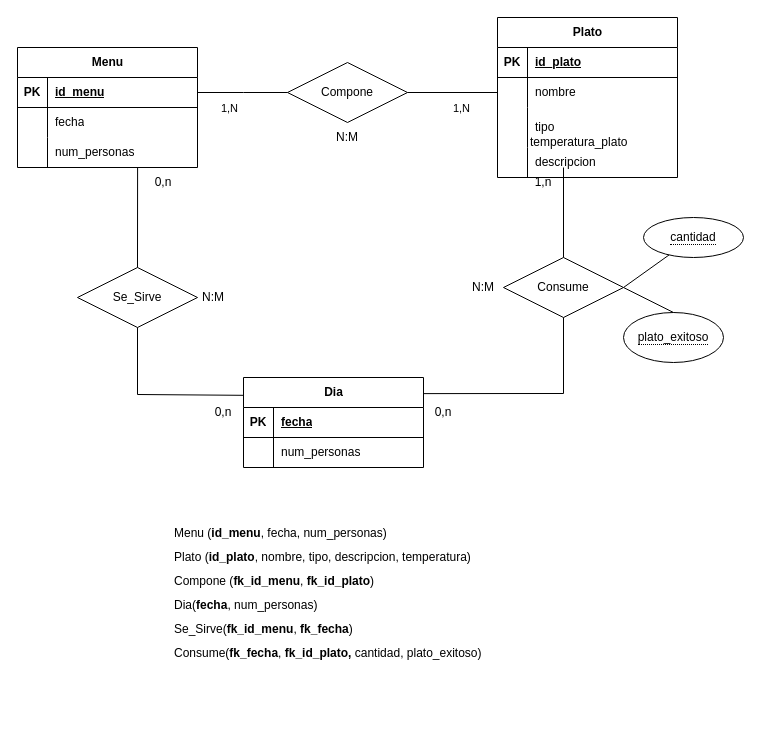
The draw.io diagram Ejercicio15.drawio in Daninuro/diagrames-cvf-dn-mpl-n-11102023, before the edit. Source tidied: cells renumbered, new cells numbered last; positions are measured from the earlier drawing's top-left corner, leaving out a move shared by most shapes. Both pictures are drawn from the tidied source at 100%, with x=0, y=0 at pixel (17, 17).
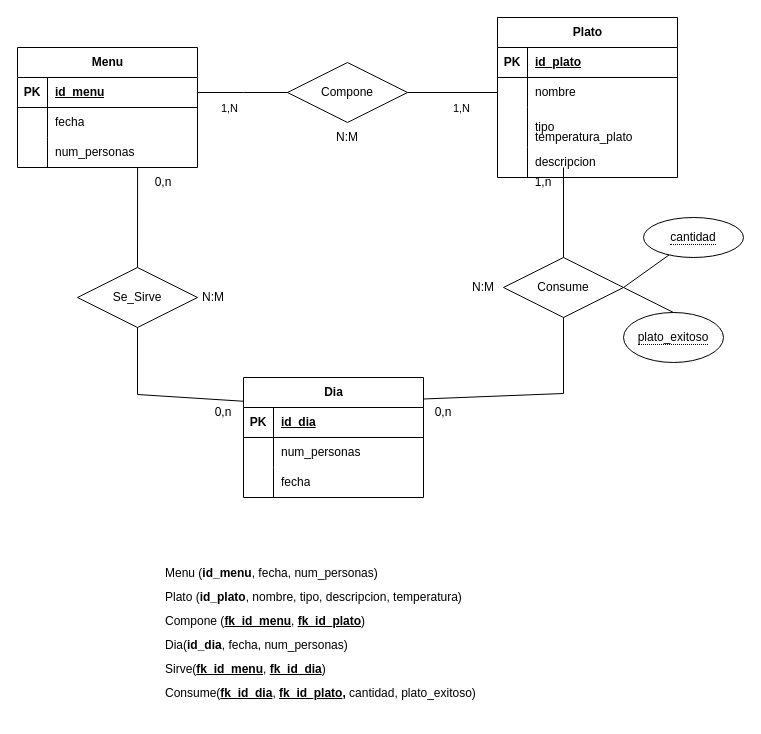
Above is the later version.

Unchanged cells that the change refers to:
```xml
<mxCell id="34" style="shape=tableRow;horizontal=0;startSize=0;swimlaneHead=0;swimlaneBody=0;fillColor=none;top=0;left=0;right=0;bottom=1;" parent="33" vertex="1">
  <mxGeometry y="30" width="180" height="30" as="geometry" />
</mxCell>
```

The edit, as a diff of the source:
```diff
@@
-    <mxCell id="32" value="&lt;p style=&quot;line-height: 200%;&quot;&gt;Menu (&lt;b&gt;id_menu&lt;/b&gt;, fecha, num_personas)&lt;br&gt;Plato (&lt;b&gt;id_plato&lt;/b&gt;, nombre, tipo, descripcion, temperatura)&lt;br&gt;Compone (&lt;b&gt;fk_id_menu&lt;/b&gt;, &lt;b&gt;fk_id_plato&lt;/b&gt;)&amp;nbsp;&lt;br&gt;Dia(&lt;b style=&quot;border-color: var(--border-color);&quot;&gt;fecha&lt;/b&gt;,&amp;nbsp;num_personas)&amp;nbsp;&lt;br&gt;Se_Sirve(&lt;b style=&quot;border-color: var(--border-color);&quot;&gt;fk_id_menu&lt;/b&gt;,&amp;nbsp;&lt;b style=&quot;border-color: var(--border-color);&quot;&gt;fk_fecha&lt;/b&gt;)&amp;nbsp;&lt;br&gt;Consume(&lt;b style=&quot;border-color: var(--border-color);&quot;&gt;fk_fecha&lt;/b&gt;,&amp;nbsp;&lt;b style=&quot;border-color: var(--border-color);&quot;&gt;fk_id_plato,&lt;/b&gt;&lt;span style=&quot;border-color: var(--border-color);&quot;&gt;&amp;nbsp;cantidad, plato_exitoso&lt;/span&gt;)&amp;nbsp;&lt;/p&gt;" style="text;html=1;strokeColor=none;fillColor=none;align=left;verticalAlign=middle;whiteSpace=wrap;rounded=0;" parent="1" vertex="1">
-      <mxGeometry x="155" y="500" width="350" height="150" as="geometry" />
+    <mxCell id="32" value="&lt;p style=&quot;line-height: 200%;&quot;&gt;Menu (&lt;b&gt;id_menu&lt;/b&gt;, fecha, num_personas)&lt;br&gt;Plato (&lt;b&gt;id_plato&lt;/b&gt;, nombre, tipo, descripcion, temperatura)&lt;br&gt;Compone (&lt;b&gt;&lt;u&gt;fk_id_menu&lt;/u&gt;&lt;/b&gt;, &lt;b&gt;&lt;u&gt;fk_id_plato&lt;/u&gt;&lt;/b&gt;)&amp;nbsp;&lt;br&gt;Dia(&lt;b&gt;id_dia&lt;/b&gt;,&amp;nbsp;&lt;span style=&quot;border-color: var(--border-color);&quot;&gt;fecha&lt;/span&gt;,&amp;nbsp;num_personas)&amp;nbsp;&lt;br&gt;Sirve(&lt;b style=&quot;border-color: var(--border-color);&quot;&gt;&lt;u&gt;fk_id_menu&lt;/u&gt;&lt;/b&gt;,&amp;nbsp;&lt;b style=&quot;border-color: var(--border-color);&quot;&gt;&lt;u&gt;fk_id_dia&lt;/u&gt;&lt;/b&gt;)&amp;nbsp;&lt;br&gt;Consume(&lt;b style=&quot;border-color: var(--border-color);&quot;&gt;&lt;u&gt;fk_id_dia&lt;/u&gt;&lt;/b&gt;,&amp;nbsp;&lt;span style=&quot;border-color: var(--border-color);&quot;&gt;&lt;u style=&quot;&quot;&gt;&lt;b&gt;fk_id_plato&lt;/b&gt;&lt;/u&gt;&lt;b&gt;,&lt;/b&gt;&lt;/span&gt;&lt;span style=&quot;border-color: var(--border-color);&quot;&gt;&amp;nbsp;cantidad, plato_exitoso&lt;/span&gt;)&amp;nbsp;&lt;/p&gt;" style="text;html=1;strokeColor=none;fillColor=none;align=left;verticalAlign=middle;whiteSpace=wrap;rounded=0;" parent="1" vertex="1">
+      <mxGeometry x="146" y="540" width="350" height="150" as="geometry" />
     </mxCell>
     <mxCell id="33" value="Dia" style="shape=table;startSize=30;childLayout=tableLayout;rowLines=0;fontStyle=1;align=center;html=1;" parent="1" vertex="1">
-      <mxGeometry x="226" y="360" width="180" height="90" as="geometry" />
+      <mxGeometry x="226" y="360" width="180" height="120" as="geometry" />
     </mxCell>
@@
-    <mxCell id="36" value="fecha" style="shape=partialRectangle;fillColor=none;top=0;left=0;bottom=0;right=0;align=left;spacingLeft=6;fontStyle=5;overflow=hidden;whiteSpace=wrap;html=1;" parent="34" vertex="1">
+    <mxCell id="36" value="id_dia" style="shape=partialRectangle;fillColor=none;top=0;left=0;bottom=0;right=0;align=left;spacingLeft=6;fontStyle=5;overflow=hidden;whiteSpace=wrap;html=1;" parent="34" vertex="1">
       <mxGeometry x="30" width="150" height="30" as="geometry" />
     </mxCell>
@@
+    <mxCell id="56" style="shape=tableRow;horizontal=0;startSize=0;swimlaneHead=0;swimlaneBody=0;fillColor=none;top=0;left=0;right=0;bottom=0;" parent="33" vertex="1">
+      <mxGeometry y="90" width="180" height="30" as="geometry" />
+    </mxCell>
+    <mxCell id="57" style="shape=partialRectangle;fillColor=none;top=0;left=0;bottom=0;right=0;overflow=hidden;whiteSpace=wrap;html=1;" parent="56" vertex="1">
+      <mxGeometry width="30" height="30" as="geometry" />
+    </mxCell>
+    <mxCell id="58" value="fecha" style="shape=partialRectangle;fillColor=none;top=0;left=0;bottom=0;right=0;align=left;spacingLeft=6;overflow=hidden;whiteSpace=wrap;html=1;" parent="56" vertex="1">
+      <mxGeometry x="30" width="150" height="30" as="geometry" />
+    </mxCell>
@@
     <mxCell id="55" value="temperatura_plato" style="shape=partialRectangle;fillColor=none;top=0;left=0;bottom=0;right=0;align=left;spacingLeft=6;overflow=hidden;whiteSpace=wrap;html=1;" parent="1" vertex="1">
-      <mxGeometry x="505" y="110" width="121" height="30" as="geometry" />
+      <mxGeometry x="509.5" y="105" width="121" height="30" as="geometry" />
     </mxCell>
```
